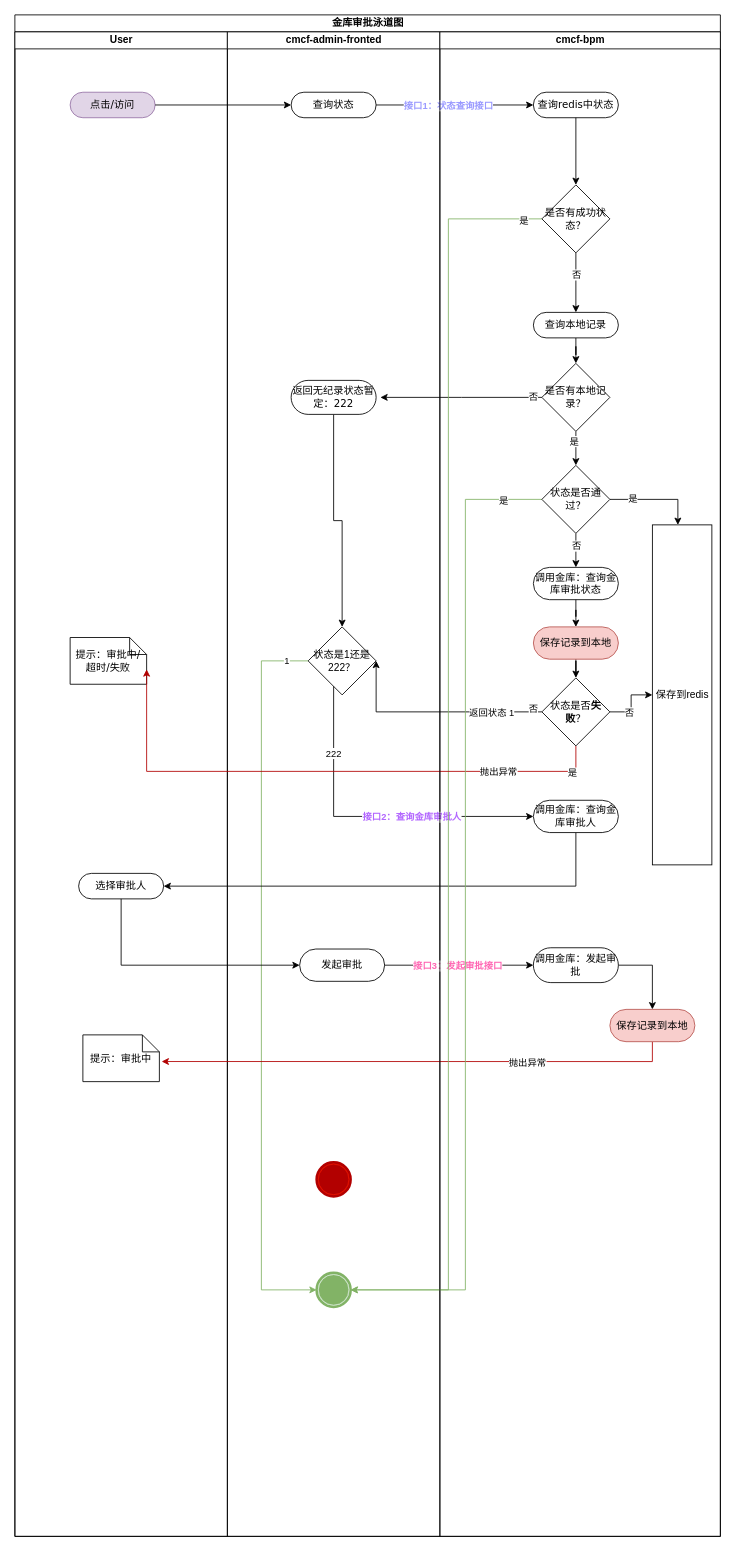
king-Fong/draws keeps this draw.io diagram as vault for swim lane.drawio. Above is the earlier version. Source tidied: cells renumbered, new cells numbered last; positions are measured from the earlier drawing's top-left corner, leaving out a move shared by most shapes. Both pictures are drawn from the tidied source at 85%, with x=0, y=0 at pixel (14, 14).
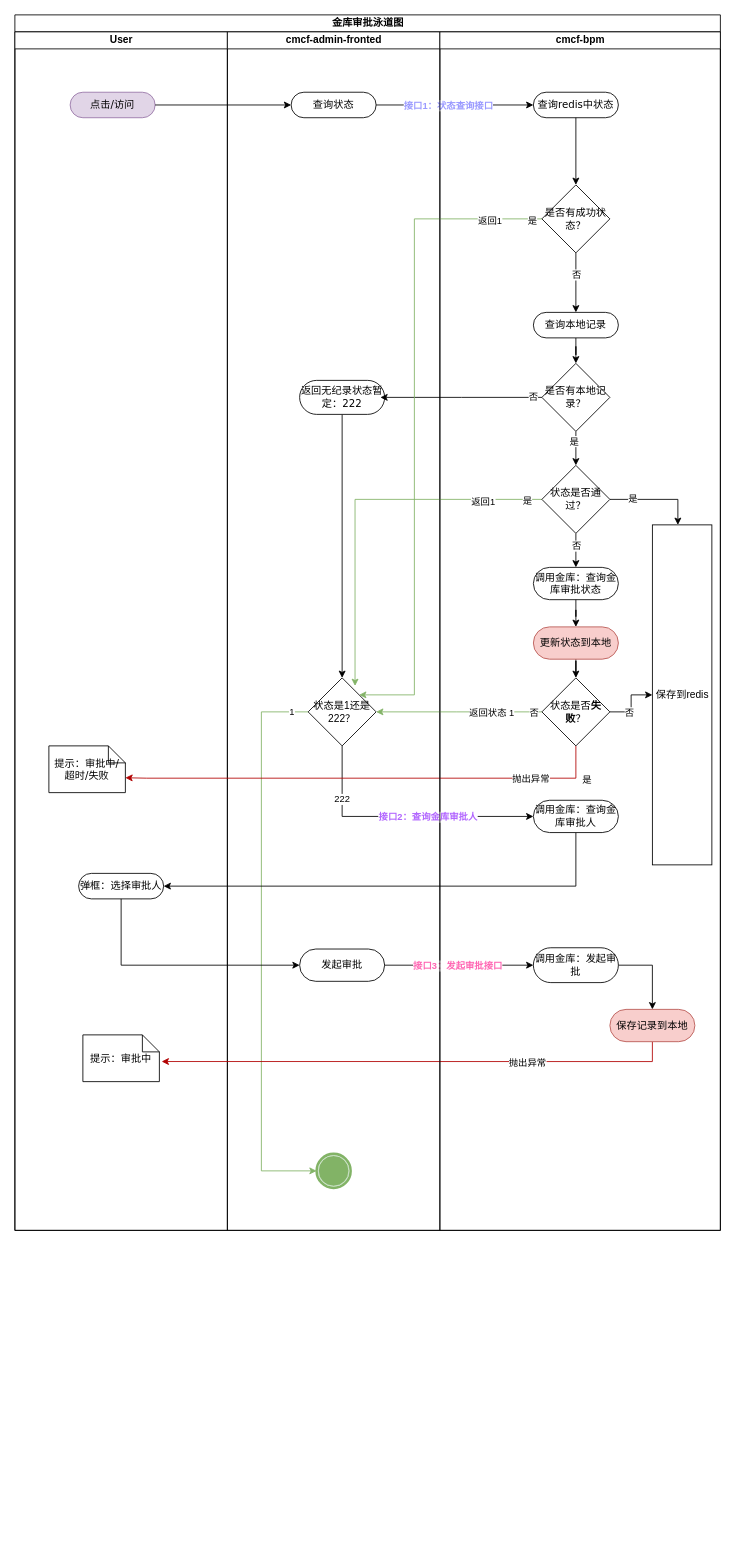
The same diagram, later.

Unchanged cells that the change refers to:
```xml
<mxCell id="49" value="是否有成功状态？" style="rhombus;whiteSpace=wrap;html=1;" parent="42" vertex="1">
  <mxGeometry x="120" y="180" width="80" height="80" as="geometry" />
</mxCell>
<mxCell id="57" value="状态是否通过？" style="rhombus;whiteSpace=wrap;html=1;" parent="42" vertex="1">
  <mxGeometry x="120" y="510" width="80" height="80" as="geometry" />
</mxCell>
<mxCell id="60" value="调用金库：查询金库审批人" style="rounded=1;whiteSpace=wrap;html=1;shadow=0;comic=0;labelBackgroundColor=none;strokeWidth=1;fontFamily=Verdana;fontSize=12;align=center;arcSize=50;" parent="42" vertex="1">
  <mxGeometry x="110" y="904" width="100" height="38" as="geometry" />
</mxCell>
<mxCell id="69" value="状态是否&lt;b&gt;失败&lt;/b&gt;？" style="rhombus;whiteSpace=wrap;html=1;" parent="42" vertex="1">
  <mxGeometry x="120" y="760" width="80" height="80" as="geometry" />
</mxCell>
```

Diff of the diagram source:
```diff
@@
     <mxCell id="2" value="金库审批泳道图" style="swimlane;html=1;startSize=20;rounded=0;shadow=0;comic=0;labelBackgroundColor=none;strokeWidth=1;fontFamily=Verdana;fontSize=12;align=center;" parent="1" vertex="1">
-      <mxGeometry width="830" height="1790" as="geometry" />
+      <mxGeometry width="830" height="1430" as="geometry" />
     </mxCell>
     <mxCell id="3" value="User" style="swimlane;html=1;startSize=20;" parent="2" vertex="1">
-      <mxGeometry y="20" width="250" height="1770" as="geometry" />
+      <mxGeometry y="20" width="250" height="1410" as="geometry" />
     </mxCell>
@@
-    <mxCell id="5" value="选择审批人" style="rounded=1;whiteSpace=wrap;html=1;shadow=0;comic=0;labelBackgroundColor=none;strokeWidth=1;fontFamily=Verdana;fontSize=12;align=center;arcSize=50;" parent="3" vertex="1">
+    <mxCell id="5" value="弹框：选择审批人" style="rounded=1;whiteSpace=wrap;html=1;shadow=0;comic=0;labelBackgroundColor=none;strokeWidth=1;fontFamily=Verdana;fontSize=12;align=center;arcSize=50;" parent="3" vertex="1">
       <mxGeometry x="75" y="990" width="100" height="30" as="geometry" />
     </mxCell>
     <mxCell id="6" value="提示：审批中/超时/失败" style="shape=note;whiteSpace=wrap;html=1;rounded=0;shadow=0;comic=0;labelBackgroundColor=none;strokeWidth=1;fontFamily=Verdana;fontSize=12;align=center;size=20;" parent="3" vertex="1">
-      <mxGeometry x="65" y="712.5" width="90" height="55" as="geometry" />
+      <mxGeometry x="40" y="840" width="90" height="55" as="geometry" />
     </mxCell>
@@
     <mxCell id="9" value="cmcf-admin-fronted" style="swimlane;html=1;startSize=20;" parent="2" vertex="1">
-      <mxGeometry x="250" y="20" width="250" height="1770" as="geometry" />
+      <mxGeometry x="250" y="20" width="250" height="1410" as="geometry" />
     </mxCell>
@@
     <mxCell id="11" style="shape=mxgraph.bpmn.shape;html=1;verticalLabelPosition=bottom;labelBackgroundColor=#ffffff;verticalAlign=top;perimeter=ellipsePerimeter;outline=end;symbol=terminate;rounded=0;shadow=0;comic=0;strokeWidth=1;fontFamily=Verdana;fontSize=12;align=center;fillColor=#d5e8d4;strokeColor=#82b366;" parent="9" vertex="1">
-      <mxGeometry x="105" y="1460" width="40" height="40" as="geometry" />
+      <mxGeometry x="105" y="1320" width="40" height="40" as="geometry" />
     </mxCell>
@@
     <mxCell id="13" value="返回无纪录状态暂定：222" style="rounded=1;whiteSpace=wrap;html=1;shadow=0;comic=0;labelBackgroundColor=none;strokeWidth=1;fontFamily=Verdana;fontSize=12;align=center;arcSize=50;" parent="9" vertex="1">
-      <mxGeometry x="75" y="410" width="100" height="40" as="geometry" />
+      <mxGeometry x="85" y="410" width="100" height="40" as="geometry" />
     </mxCell>
     <mxCell id="14" value="状态是1还是222？" style="rhombus;whiteSpace=wrap;html=1;" parent="9" vertex="1">
-      <mxGeometry x="95" y="700" width="80" height="80" as="geometry" />
+      <mxGeometry x="95" y="760" width="80" height="80" as="geometry" />
     </mxCell>
     <mxCell id="15" style="edgeStyle=orthogonalEdgeStyle;rounded=0;jettySize=auto;html=1;entryX=0;entryY=0.5;entryDx=0;entryDy=0;fillColor=#d5e8d4;strokeColor=#82b366;exitX=0;exitY=0.5;exitDx=0;exitDy=0;" parent="9" edge="1" source="14" target="11">
       <mxGeometry relative="1" as="geometry">
         <Array as="points">
-          <mxPoint x="40" y="740" />
-          <mxPoint x="40" y="1480" />
+          <mxPoint x="40" y="800" />
+          <mxPoint x="40" y="1340" />
         </Array>
       </mxGeometry>
     </mxCell>
@@
-    <mxCell id="18" style="shape=mxgraph.bpmn.shape;html=1;verticalLabelPosition=bottom;labelBackgroundColor=#ffffff;verticalAlign=top;perimeter=ellipsePerimeter;outline=end;symbol=terminate;rounded=0;shadow=0;comic=0;strokeWidth=1;fontFamily=Verdana;fontSize=12;align=center;fillColor=#e51400;fontColor=#ffffff;strokeColor=#B20000;" parent="9" vertex="1">
-      <mxGeometry x="105" y="1330" width="40" height="40" as="geometry" />
-    </mxCell>
@@
-    <mxCell id="23" style="edgeStyle=orthogonalEdgeStyle;rounded=0;jettySize=auto;html=1;entryX=1;entryY=0.5;entryDx=0;entryDy=0;exitX=0;exitY=0.5;exitDx=0;exitDy=0;" parent="2" edge="1" source="69" target="14">
+    <mxCell id="23" style="edgeStyle=orthogonalEdgeStyle;rounded=0;jettySize=auto;html=1;entryX=1;entryY=0.5;entryDx=0;entryDy=0;exitX=0;exitY=0.5;exitDx=0;exitDy=0;fillColor=#d5e8d4;strokeColor=#82b366;" parent="2" edge="1" source="69" target="14">
       <mxGeometry relative="1" as="geometry">
         <Array as="points">
-          <mxPoint x="425" y="820" />
+          <mxPoint x="520" y="820" />
+          <mxPoint x="520" y="820" />
         </Array>
       </mxGeometry>
     </mxCell>
     <mxCell id="24" value="否" style="edgeLabel;html=1;align=center;verticalAlign=middle;" parent="23" vertex="1">
-      <mxGeometry x="-0.91" y="-4" relative="1" as="geometry" />
+      <mxGeometry x="-0.91" y="-4" relative="1" as="geometry">
+        <mxPoint x="-1" y="4" as="offset" />
+      </mxGeometry>
     </mxCell>
     <mxCell id="25" value="返回状态 1" style="edgeLabel;html=1;align=center;verticalAlign=middle;" parent="23" vertex="1">
       <mxGeometry x="-0.12" relative="1" as="geometry">
-        <mxPoint x="52" as="offset" />
+        <mxPoint x="26" as="offset" />
       </mxGeometry>
     </mxCell>
     <mxCell id="26" style="edgeStyle=orthogonalEdgeStyle;rounded=0;jettySize=auto;html=1;entryX=0;entryY=0.5;entryDx=0;entryDy=0;" parent="2" edge="1" source="14" target="60">
       <mxGeometry relative="1" as="geometry">
         <Array as="points">
-          <mxPoint x="375" y="943" />
+          <mxPoint x="385" y="943" />
         </Array>
       </mxGeometry>
     </mxCell>
@@
-    <mxCell id="35" style="edgeStyle=orthogonalEdgeStyle;rounded=0;jettySize=auto;html=1;entryX=1;entryY=0.5;entryDx=0;entryDy=0;fillColor=#d5e8d4;strokeColor=#82b366;" parent="2" edge="1" source="49" target="11">
+    <mxCell id="35" style="edgeStyle=orthogonalEdgeStyle;rounded=0;jettySize=auto;html=1;fillColor=#d5e8d4;strokeColor=#82b366;entryX=1;entryY=0;entryDx=0;entryDy=0;" parent="2" edge="1" source="49" target="14">
       <mxGeometry relative="1" as="geometry">
         <Array as="points">
-          <mxPoint x="510" y="240" />
-          <mxPoint x="510" y="1500" />
+          <mxPoint x="470" y="240" />
+          <mxPoint x="470" y="800" />
         </Array>
       </mxGeometry>
     </mxCell>
@@
+    <mxCell id="70" value="返回1" style="edgeLabel;html=1;align=center;verticalAlign=middle;" parent="35" vertex="1">
+      <mxGeometry x="-0.84" y="2" relative="1" as="geometry" />
+    </mxCell>
     <mxCell id="37" style="edgeStyle=orthogonalEdgeStyle;rounded=0;jettySize=auto;html=1;entryX=0;entryY=0;entryDx=90;entryDy=37.5;entryPerimeter=0;fillColor=#e51400;strokeColor=#B20000;exitX=0.5;exitY=1;exitDx=0;exitDy=0;" parent="2" edge="1" source="69" target="6">
       <mxGeometry relative="1" as="geometry">
         <Array as="points">
-          <mxPoint x="660" y="890" />
-          <mxPoint x="155" y="890" />
+          <mxPoint x="660" y="898" />
+          <mxPoint x="155" y="898" />
         </Array>
       </mxGeometry>
     </mxCell>
@@
-    <mxCell id="40" style="edgeStyle=orthogonalEdgeStyle;rounded=0;jettySize=auto;html=1;entryX=1;entryY=0.5;entryDx=0;entryDy=0;fillColor=#d5e8d4;strokeColor=#82b366;" parent="2" edge="1" source="57" target="11">
+    <mxCell id="40" style="edgeStyle=orthogonalEdgeStyle;rounded=0;jettySize=auto;html=1;fillColor=#d5e8d4;strokeColor=#82b366;entryX=0.69;entryY=0.119;entryDx=0;entryDy=0;entryPerimeter=0;" parent="2" edge="1" source="57" target="14">
       <mxGeometry relative="1" as="geometry">
         <Array as="points">
-          <mxPoint x="530" y="570" />
-          <mxPoint x="530" y="1500" />
+          <mxPoint x="400" y="570" />
         </Array>
       </mxGeometry>
     </mxCell>
@@
+    <mxCell id="71" value="返回1" style="edgeLabel;html=1;align=center;verticalAlign=middle;" parent="40" vertex="1">
+      <mxGeometry x="-0.68" y="2" relative="1" as="geometry" />
+    </mxCell>
     <mxCell id="42" value="cmcf-bpm" style="swimlane;html=1;startSize=20;" parent="2" vertex="1">
-      <mxGeometry x="500" y="20" width="330" height="1770" as="geometry" />
+      <mxGeometry x="500" y="20" width="330" height="1410" as="geometry" />
     </mxCell>
@@
-    <mxCell id="66" value="保存记录到本地" style="rounded=1;whiteSpace=wrap;html=1;shadow=0;comic=0;labelBackgroundColor=none;strokeWidth=1;fontFamily=Verdana;fontSize=12;align=center;arcSize=50;fillColor=#f8cecc;strokeColor=#b85450;" parent="42" vertex="1">
+    <mxCell id="66" value="更新状态到本地" style="rounded=1;whiteSpace=wrap;html=1;shadow=0;comic=0;labelBackgroundColor=none;strokeWidth=1;fontFamily=Verdana;fontSize=12;align=center;arcSize=50;fillColor=#f8cecc;strokeColor=#b85450;" parent="42" vertex="1">
       <mxGeometry x="110" y="700" width="100" height="38" as="geometry" />
     </mxCell>
```
